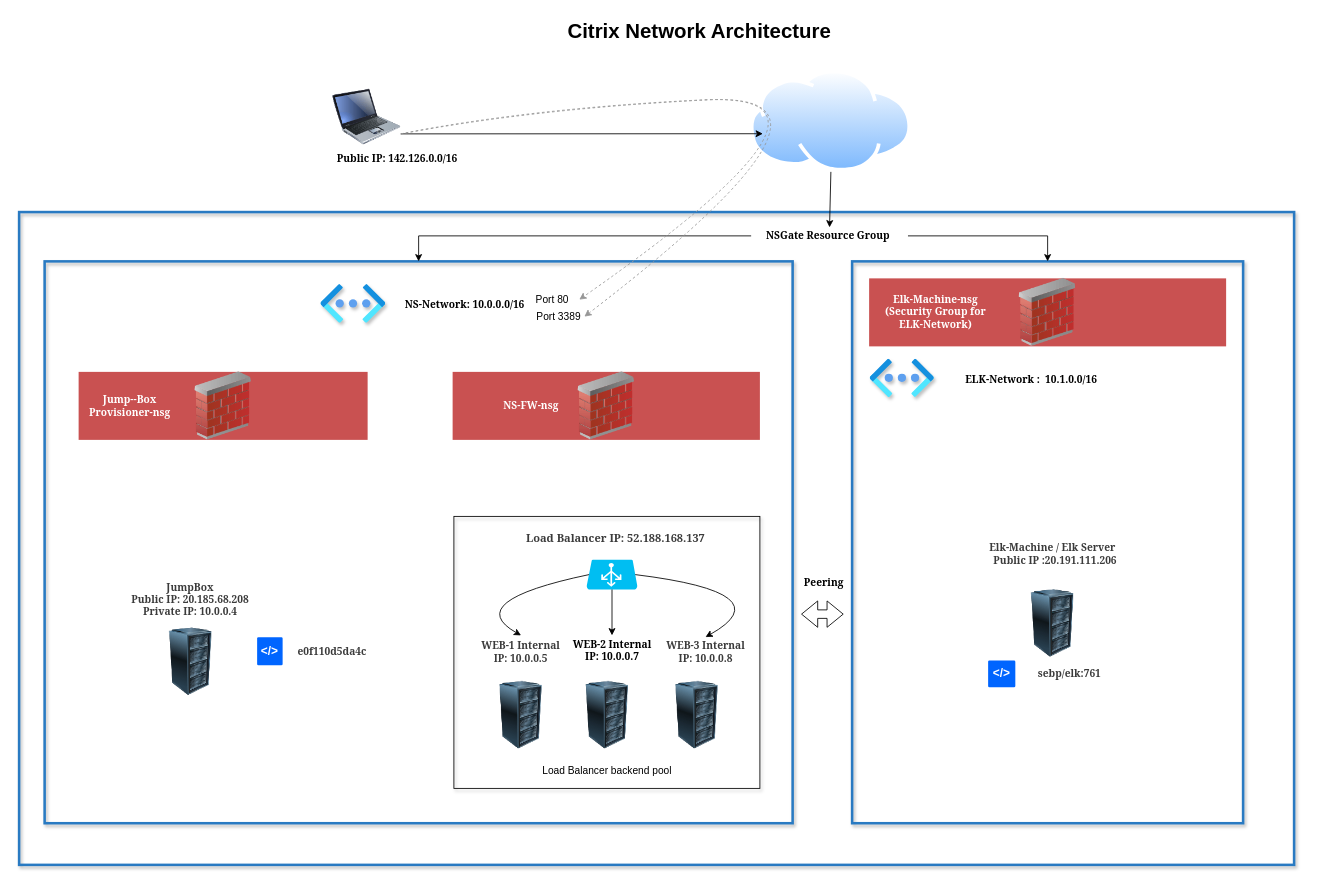
afolletet/white-candle keeps this draw.io diagram as 3. Diagrams/NA-Network.drawio. Above is the earlier version. Source tidied: cells renumbered, new cells numbered last; positions are measured from the earlier drawing's top-left corner, leaving out a move shared by most shapes. Both pictures are drawn from the tidied source at 85%, with x=0, y=0 at pixel (19, 14).
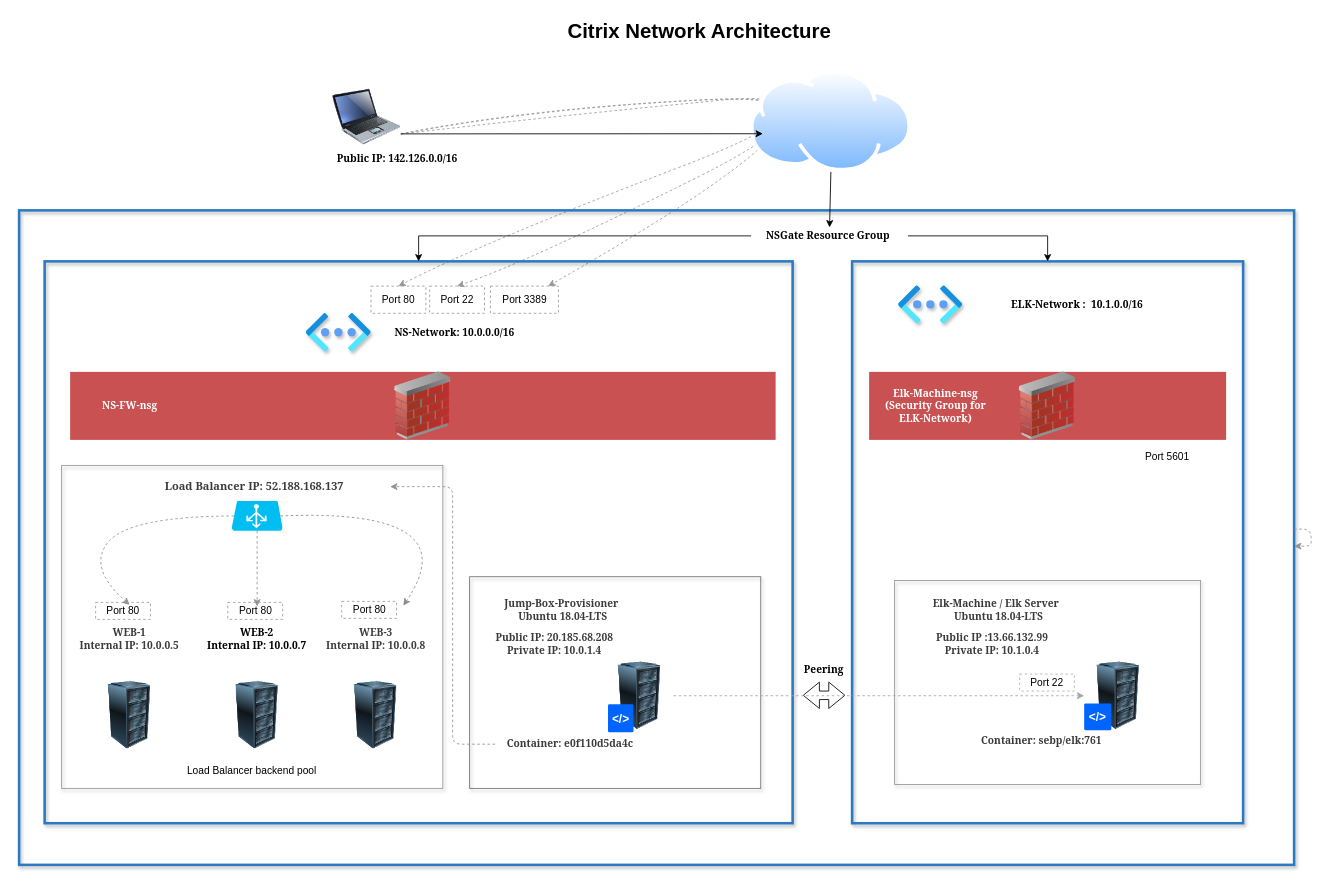
The same page after the edit.

Unchanged cells that the change refers to:
```xml
<mxCell id="12" style="image;html=1;image=img/lib/clip_art/computers/Laptop_128x128.png;" parent="1" vertex="1">
  <mxGeometry x="369" y="80" width="80" height="80" as="geometry" />
</mxCell>
```

Diff of the diagram source:
```diff
@@
+    <mxCell id="51" style="rounded=0;whiteSpace=wrap;html=1;shadow=1;fillColor=none;strokeColor=#949494;" parent="1" vertex="1">
+      <mxGeometry x="1030" y="665.5" width="360" height="240" as="geometry" />
+    </mxCell>
+    <mxCell id="52" style="curved=1;endArrow=classic;html=1;strokeColor=#969696;dashed=1;" parent="1" edge="1" target="44">
+      <mxGeometry relative="1" as="geometry">
+        <mxPoint x="450" y="140" as="sourcePoint" />
+        <Array as="points">
+          <mxPoint x="620" y="120" />
+          <mxPoint x="1040" y="80" />
+        </Array>
+      </mxGeometry>
+    </mxCell>
+    <mxCell id="45" style="curved=1;endArrow=classic;html=1;exitX=1;exitY=0.75;exitDx=0;exitDy=0;strokeColor=#969696;dashed=1;entryX=0.5;entryY=0;entryDx=0;entryDy=0;" parent="1" edge="1" source="12" target="55">
+      <mxGeometry relative="1" as="geometry">
+        <Array as="points">
+          <mxPoint x="610" y="110" />
+          <mxPoint x="1000" y="90" />
+          <mxPoint x="600" y="290" />
+        </Array>
+      </mxGeometry>
+    </mxCell>
+    <mxCell id="42" style="curved=1;endArrow=classic;html=1;exitX=1;exitY=0.75;exitDx=0;exitDy=0;dashed=1;strokeColor=#969696;entryX=0.5;entryY=0;entryDx=0;entryDy=0;" parent="1" edge="1" source="12" target="43">
+      <mxGeometry relative="1" as="geometry">
+        <Array as="points">
+          <mxPoint x="600" y="110" />
+          <mxPoint x="1010" y="90" />
+          <mxPoint x="540" y="270" />
+        </Array>
+      </mxGeometry>
+    </mxCell>
+    <mxCell id="53" style="rounded=0;whiteSpace=wrap;html=1;shadow=1;fillColor=none;strokeColor=#707070;" parent="1" vertex="1">
+      <mxGeometry x="530" y="661" width="342.5" height="249" as="geometry" />
+    </mxCell>
@@
     <mxCell id="3" style="rounded=0;whiteSpace=wrap;html=1;shadow=1;fillColor=none;strokeWidth=3;strokeColor=#297AC2;" parent="1" vertex="1">
-      <mxGeometry y="232" width="1500" height="768" as="geometry" />
+      <mxGeometry y="230" width="1500" height="770" as="geometry" />
     </mxCell>
-    <mxCell id="4" style="rounded=0;whiteSpace=wrap;html=1;shadow=1;fillColor=none;" parent="1" vertex="1">
-      <mxGeometry x="511.5" y="590" width="360" height="320" as="geometry" />
+    <mxCell id="4" style="rounded=0;whiteSpace=wrap;html=1;shadow=1;fillColor=none;strokeColor=#949494;" parent="1" vertex="1">
+      <mxGeometry x="50" y="530" width="448.5" height="380" as="geometry" />
     </mxCell>
@@
     <mxCell id="7" style="image;html=1;image=img/lib/clip_art/computers/Server_Rack_128x128.png;" parent="1" vertex="1">
-      <mxGeometry x="162" y="721" width="80" height="80" as="geometry" />
+      <mxGeometry x="690" y="761" width="80" height="80" as="geometry" />
     </mxCell>
     <mxCell id="8" style="image;html=1;image=img/lib/clip_art/networking/Firewall_02_128x128.png;imageBackground=#C95151;" parent="1" vertex="1">
-      <mxGeometry x="510" y="420" width="361.5" height="80" as="geometry" />
+      <mxGeometry x="60" y="420" width="830" height="80" as="geometry" />
     </mxCell>
@@
     <mxCell id="13" style="image;html=1;image=img/lib/clip_art/computers/Server_Rack_128x128.png;" parent="1" vertex="1">
-      <mxGeometry x="1176" y="676" width="80" height="80" as="geometry" />
+      <mxGeometry x="1253" y="761" width="80" height="80" as="geometry" />
     </mxCell>
     <mxCell id="14" style="html=1;align=center;image;fontSize=12;image=img/lib/azure2/networking/Virtual_Networks_Classic.svg;shadow=1;" parent="1" vertex="1">
-      <mxGeometry x="355" y="317.2" width="76.2" height="45.5" as="geometry" />
+      <mxGeometry x="337.8" y="351.1" width="76.2" height="45.5" as="geometry" />
     </mxCell>
     <mxCell id="15" style="html=1;align=center;image;fontSize=12;image=img/lib/azure2/networking/Virtual_Networks_Classic.svg;shadow=1;" parent="1" vertex="1">
-      <mxGeometry x="1001.2" y="405" width="75.4" height="45" as="geometry" />
+      <mxGeometry x="1034.6" y="318.6" width="75.4" height="45" as="geometry" />
     </mxCell>
     <mxCell id="16" style="shape=flexArrow;endArrow=classic;startArrow=classic;html=1;strokeColor=#000000;" parent="1" edge="1">
       <mxGeometry relative="1" as="geometry">
-        <mxPoint x="920" y="705" as="sourcePoint" />
-        <mxPoint x="970" y="705" as="targetPoint" />
+        <mxPoint x="922" y="800.5" as="sourcePoint" />
+        <mxPoint x="972" y="800.5" as="targetPoint" />
       </mxGeometry>
     </mxCell>
     <mxCell id="17" value="Peering" style="text;html=1;strokeColor=none;fillColor=none;align=center;verticalAlign=middle;whiteSpace=wrap;rounded=0;shadow=1;fontFamily=Georgia;fontStyle=1;" parent="1" vertex="1">
-      <mxGeometry x="927" y="658" width="40" height="20" as="geometry" />
+      <mxGeometry x="927" y="761" width="40" height="20" as="geometry" />
     </mxCell>
-    <mxCell id="18" value="JumpBox &lt;br&gt;Public IP: 20.185.68.208 &lt;br&gt;Private IP: 10.0.0.4" style="text;html=1;strokeColor=none;fillColor=none;align=center;verticalAlign=middle;whiteSpace=wrap;rounded=0;shadow=1;fontStyle=1;fontFamily=Georgia;fontColor=#3B3B3B;" parent="1" vertex="1">
-      <mxGeometry x="84.4" y="678" width="235.1" height="20" as="geometry" />
+    <mxCell id="18" value="Jump-Box-Provisioner&amp;nbsp;&lt;br&gt;Ubuntu 18.04-LTS" style="text;html=1;strokeColor=none;fillColor=none;align=center;verticalAlign=middle;whiteSpace=wrap;rounded=0;shadow=1;fontStyle=1;fontFamily=Georgia;fontColor=#3B3B3B;" parent="1" vertex="1">
+      <mxGeometry x="540" y="674" width="200" height="52" as="geometry" />
     </mxCell>
-    <mxCell id="19" value="WEB-1 Internal IP: 10.0.0.5" style="text;html=1;strokeColor=none;fillColor=none;align=center;verticalAlign=middle;whiteSpace=wrap;rounded=0;shadow=1;fontStyle=1;fontFamily=Georgia;fontColor=#3B3B3B;" parent="1" vertex="1">
-      <mxGeometry x="541" y="730" width="99" height="40" as="geometry" />
+    <mxCell id="19" value="WEB-1 &lt;br&gt;Internal IP: 10.0.0.5&lt;br&gt;" style="text;html=1;strokeColor=none;fillColor=none;align=center;verticalAlign=middle;whiteSpace=wrap;rounded=0;shadow=1;fontStyle=1;fontFamily=Georgia;fontColor=#3B3B3B;" parent="1" vertex="1">
+      <mxGeometry x="60" y="694" width="140" height="80" as="geometry" />
     </mxCell>
-    <mxCell id="20" value="WEB-2 Internal IP: 10.0.0.7" style="text;html=1;strokeColor=none;fillColor=none;align=center;verticalAlign=middle;whiteSpace=wrap;rounded=0;shadow=1;fontStyle=1;fontFamily=Georgia;" parent="1" vertex="1">
-      <mxGeometry x="647.5" y="730" width="100" height="36" as="geometry" />
+    <mxCell id="20" value="WEB-2 &lt;br&gt;Internal IP: 10.0.0.7" style="text;html=1;strokeColor=none;fillColor=none;align=center;verticalAlign=middle;whiteSpace=wrap;rounded=0;shadow=1;fontStyle=1;fontFamily=Georgia;" parent="1" vertex="1">
+      <mxGeometry x="210" y="696" width="140" height="76" as="geometry" />
     </mxCell>
     <mxCell id="21" style="image;html=1;image=img/lib/clip_art/computers/Server_Rack_128x128.png;" parent="1" vertex="1">
-      <mxGeometry x="757.5" y="784" width="80" height="80" as="geometry" />
+      <mxGeometry x="379.5" y="784" width="80" height="80" as="geometry" />
     </mxCell>
-    <mxCell id="22" value="WEB-3 Internal IP: 10.0.0.8" style="text;html=1;strokeColor=none;fillColor=none;align=center;verticalAlign=middle;whiteSpace=wrap;rounded=0;shadow=1;fontStyle=1;fontFamily=Georgia;fontColor=#3B3B3B;" parent="1" vertex="1">
-      <mxGeometry x="757.5" y="732" width="100" height="36" as="geometry" />
+    <mxCell id="22" value="WEB-3 &lt;br&gt;Internal IP: 10.0.0.8" style="text;html=1;strokeColor=none;fillColor=none;align=center;verticalAlign=middle;whiteSpace=wrap;rounded=0;shadow=1;fontStyle=1;fontFamily=Georgia;fontColor=#3B3B3B;" parent="1" vertex="1">
+      <mxGeometry x="354.5" y="695" width="130" height="78" as="geometry" />
     </mxCell>
-    <mxCell id="23" value="Elk-Machine / Elk Server&lt;br&gt;&amp;nbsp; Public IP :20.191.111.206" style="text;html=1;strokeColor=none;fillColor=none;align=center;verticalAlign=middle;whiteSpace=wrap;rounded=0;shadow=1;fontStyle=1;fontFamily=Georgia;fontColor=#3B3B3B;" parent="1" vertex="1">
-      <mxGeometry x="1114.2" y="623.5" width="203.5" height="20" as="geometry" />
+    <mxCell id="23" value="Elk-Machine / Elk Server&lt;br&gt;&amp;nbsp;&amp;nbsp;Ubuntu 18.04-LTS" style="text;html=1;strokeColor=none;fillColor=none;align=center;verticalAlign=middle;whiteSpace=wrap;rounded=0;shadow=1;fontStyle=1;fontFamily=Georgia;fontColor=#3B3B3B;" parent="1" vertex="1">
+      <mxGeometry x="1034.6" y="690" width="228.8" height="20" as="geometry" />
     </mxCell>
@@
     <mxCell id="25" value="&amp;lt;/&amp;gt;" style="rounded=1;arcSize=5;fillColor=#0065FF;strokeColor=none;fontColor=#ffffff;align=center;verticalAlign=middle;whiteSpace=wrap;fontSize=14;fontStyle=1;html=1;" parent="1" vertex="1">
-      <mxGeometry x="1140" y="759.5" width="32" height="31.5" as="geometry" />
+      <mxGeometry x="1253" y="810" width="32" height="31.5" as="geometry" />
     </mxCell>
     <mxCell id="26" value="&amp;lt;/&amp;gt;" style="rounded=1;arcSize=5;fillColor=#0065FF;strokeColor=none;fontColor=#ffffff;align=center;verticalAlign=middle;whiteSpace=wrap;fontSize=14;fontStyle=1;html=1;" parent="1" vertex="1">
-      <mxGeometry x="280" y="732.2" width="30" height="33" as="geometry" />
+      <mxGeometry x="692.8" y="811" width="30" height="33" as="geometry" />
     </mxCell>
-    <mxCell id="27" value="e0f110d5da4c&amp;nbsp;" style="text;html=1;strokeColor=none;fillColor=none;align=center;verticalAlign=middle;whiteSpace=wrap;rounded=0;fontStyle=1;fontFamily=Georgia;fontColor=#3B3B3B;" parent="1" vertex="1">
-      <mxGeometry x="350" y="733.8" width="40" height="30" as="geometry" />
+    <mxCell id="27" value="Container: e0f110d5da4c&amp;nbsp;" style="text;html=1;strokeColor=none;fillColor=none;align=center;verticalAlign=middle;whiteSpace=wrap;rounded=0;fontStyle=1;fontFamily=Georgia;fontColor=#3B3B3B;" parent="1" vertex="1">
+      <mxGeometry x="560" y="843" width="180" height="30" as="geometry" />
     </mxCell>
     <mxCell id="28" value="NS-Network: 10.0.0.0/16" style="text;html=1;strokeColor=none;fillColor=none;align=center;verticalAlign=middle;whiteSpace=wrap;rounded=0;fontFamily=Georgia;fontStyle=1;" parent="1" vertex="1">
-      <mxGeometry x="425" y="331.4" width="199" height="20" as="geometry" />
+      <mxGeometry x="413.2" y="363.6" width="199" height="20" as="geometry" />
     </mxCell>
     <mxCell id="29" value="ELK-Network :&amp;nbsp; 10.1.0.0/16" style="text;html=1;strokeColor=none;fillColor=none;align=center;verticalAlign=middle;whiteSpace=wrap;rounded=0;fontFamily=Georgia;fontStyle=1;" parent="1" vertex="1">
-      <mxGeometry x="1096" y="419.4" width="190" height="20" as="geometry" />
+      <mxGeometry x="1150" y="331.1" width="190" height="20" as="geometry" />
     </mxCell>
     <mxCell id="30" style="image;html=1;image=img/lib/clip_art/networking/Firewall_02_128x128.png;imageBackground=#C95151;" parent="1" vertex="1">
-      <mxGeometry x="1000" y="310" width="420" height="80" as="geometry" />
+      <mxGeometry x="1000" y="420" width="420" height="80" as="geometry" />
     </mxCell>
-    <mxCell id="31" value="sebp/elk:761" style="text;html=1;strokeColor=none;fillColor=none;align=center;verticalAlign=middle;whiteSpace=wrap;rounded=0;fontStyle=1;fontFamily=Georgia;fontColor=#3B3B3B;" parent="1" vertex="1">
-      <mxGeometry x="1216" y="765.2" width="40" height="20" as="geometry" />
+    <mxCell id="31" value="Container: sebp/elk:761" style="text;html=1;strokeColor=none;fillColor=none;align=center;verticalAlign=middle;whiteSpace=wrap;rounded=0;fontStyle=1;fontFamily=Georgia;fontColor=#3B3B3B;" parent="1" vertex="1">
+      <mxGeometry x="1121" y="844" width="164" height="20" as="geometry" />
     </mxCell>
     <mxCell id="32" style="verticalLabelPosition=bottom;html=1;verticalAlign=top;align=center;strokeColor=none;fillColor=#00BEF2;shape=mxgraph.azure.azure_load_balancer;" parent="1" vertex="1">
-      <mxGeometry x="667.5" y="641" width="60" height="35" as="geometry" />
+      <mxGeometry x="250" y="572" width="60" height="35" as="geometry" />
     </mxCell>
     <mxCell id="33" value="Load Balancer backend pool" style="text;html=1;strokeColor=none;fillColor=none;align=center;verticalAlign=middle;whiteSpace=wrap;rounded=0;shadow=1;" parent="1" vertex="1">
-      <mxGeometry x="607" y="880" width="170" height="20" as="geometry" />
+      <mxGeometry x="189.2" y="880" width="170" height="20" as="geometry" />
     </mxCell>
     <mxCell id="34" value="&lt;span style=&quot;font-size: 13px; text-align: left; background-color: rgb(255, 255, 255);&quot;&gt;Load Balancer IP: 52.188.168.137&lt;/span&gt;" style="text;html=1;strokeColor=none;fillColor=none;align=center;verticalAlign=middle;whiteSpace=wrap;rounded=0;shadow=1;fontStyle=1;fontFamily=Georgia;fontColor=#3B3B3B;" parent="1" vertex="1">
-      <mxGeometry x="541.5" y="604" width="320" height="24" as="geometry" />
+      <mxGeometry x="116.5" y="543" width="320" height="24" as="geometry" />
     </mxCell>
     <mxCell id="35" value="NS-FW-nsg" style="text;html=1;strokeColor=none;fillColor=none;align=center;verticalAlign=middle;whiteSpace=wrap;rounded=0;shadow=1;fontStyle=1;fontFamily=Georgia;fontColor=#FFFFFF;" parent="1" vertex="1">
-      <mxGeometry x="541.5" y="450" width="121" height="20" as="geometry" />
+      <mxGeometry x="69.5" y="450" width="121" height="20" as="geometry" />
     </mxCell>
@@
     <mxCell id="39" style="image;html=1;image=img/lib/clip_art/computers/Server_Rack_128x128.png;" parent="1" vertex="1">
-      <mxGeometry x="550.5" y="784" width="80" height="80" as="geometry" />
+      <mxGeometry x="90" y="784" width="80" height="80" as="geometry" />
     </mxCell>
     <mxCell id="40" style="image;html=1;image=img/lib/clip_art/computers/Server_Rack_128x128.png;" parent="1" vertex="1">
-      <mxGeometry x="652" y="784" width="80" height="80" as="geometry" />
+      <mxGeometry x="240" y="784" width="80" height="80" as="geometry" />
     </mxCell>
     <mxCell id="41" value="Elk-Machine-nsg (Security Group for ELK-Network)" style="text;html=1;strokeColor=none;fillColor=none;align=center;verticalAlign=middle;whiteSpace=wrap;rounded=0;shadow=1;fontStyle=1;fontFamily=Georgia;fontColor=#FFFFFF;" parent="1" vertex="1">
-      <mxGeometry x="1017" y="340" width="123" height="20" as="geometry" />
+      <mxGeometry x="1017" y="450" width="123" height="20" as="geometry" />
     </mxCell>
-    <mxCell id="42" style="curved=1;endArrow=classic;html=1;exitX=1;exitY=0.75;exitDx=0;exitDy=0;entryX=1;entryY=0.5;entryDx=0;entryDy=0;dashed=1;strokeColor=#969696;" parent="1" edge="1" source="12" target="43">
-      <mxGeometry relative="1" as="geometry">
-        <Array as="points">
-          <mxPoint x="600" y="110" />
-          <mxPoint x="1010" y="90" />
-        </Array>
-      </mxGeometry>
-    </mxCell>
-    <mxCell id="43" value="Port 80" style="text;html=1;strokeColor=none;fillColor=none;align=center;verticalAlign=middle;whiteSpace=wrap;rounded=0;" parent="1" vertex="1">
-      <mxGeometry x="594.5" y="325" width="64.5" height="20" as="geometry" />
+    <mxCell id="43" value="Port 80" style="text;html=1;fillColor=none;align=center;verticalAlign=middle;whiteSpace=wrap;rounded=0;strokeColor=#9C9C9C;dashed=1;" parent="1" vertex="1">
+      <mxGeometry x="414" y="319.1" width="64.5" height="32" as="geometry" />
     </mxCell>
-    <mxCell id="44" value="Port 3389" style="text;html=1;strokeColor=none;fillColor=none;align=center;verticalAlign=middle;whiteSpace=wrap;rounded=0;" parent="1" vertex="1">
-      <mxGeometry x="603.5" y="345" width="61.5" height="20" as="geometry" />
+    <mxCell id="44" value="Port 3389" style="text;html=1;fillColor=none;align=center;verticalAlign=middle;whiteSpace=wrap;rounded=0;strokeColor=#9C9C9C;dashed=1;" parent="1" vertex="1">
+      <mxGeometry x="554.5" y="319.1" width="80" height="32" as="geometry" />
     </mxCell>
-    <mxCell id="45" style="curved=1;endArrow=classic;html=1;exitX=1;exitY=0.75;exitDx=0;exitDy=0;entryX=1;entryY=0.5;entryDx=0;entryDy=0;strokeColor=#969696;dashed=1;" parent="1" edge="1" source="12" target="44">
-      <mxGeometry relative="1" as="geometry">
-        <Array as="points">
-          <mxPoint x="610" y="110" />
-          <mxPoint x="1010" y="90" />
-        </Array>
-      </mxGeometry>
-    </mxCell>
-    <mxCell id="46" style="image;html=1;image=img/lib/clip_art/networking/Firewall_02_128x128.png;imageBackground=#C95151;" parent="1" vertex="1">
-      <mxGeometry x="70" y="420" width="340" height="80" as="geometry" />
-    </mxCell>
-    <mxCell id="47" value="Jump--Box Provisioner-nsg" style="text;html=1;strokeColor=none;fillColor=none;align=center;verticalAlign=middle;whiteSpace=wrap;rounded=0;shadow=1;fontStyle=1;fontFamily=Georgia;fontColor=#FFFFFF;" parent="1" vertex="1">
-      <mxGeometry x="70" y="450" width="121" height="20" as="geometry" />
-    </mxCell>
-    <mxCell id="48" style="curved=1;endArrow=classic;html=1;exitX=0.05;exitY=0.5;exitDx=0;exitDy=0;entryX=0.5;entryY=0;entryDx=0;entryDy=0;exitPerimeter=0;" parent="1" edge="1" source="32" target="19">
-      <mxGeometry relative="1" as="geometry">
-        <Array as="points">
-          <mxPoint x="520" y="690" />
-        </Array>
-      </mxGeometry>
-    </mxCell>
-    <mxCell id="49" style="curved=1;endArrow=classic;html=1;exitX=0.955;exitY=0.5;exitDx=0;exitDy=0;entryX=0.5;entryY=0;entryDx=0;entryDy=0;exitPerimeter=0;" parent="1" edge="1" source="32" target="22">
+    <mxCell id="49" style="curved=1;endArrow=classic;html=1;exitX=0.955;exitY=0.5;exitDx=0;exitDy=0;entryX=0.75;entryY=0;entryDx=0;entryDy=0;exitPerimeter=0;dashed=1;strokeColor=#8A8A8A;" parent="1" edge="1" source="32" target="22">
       <mxGeometry relative="1" as="geometry">
         <Array as="points">
-          <mxPoint x="900" y="680" />
+          <mxPoint x="530" y="580" />
         </Array>
       </mxGeometry>
     </mxCell>
-    <mxCell id="50" style="edgeStyle=none;rounded=0;jettySize=auto;html=1;fontFamily=Georgia;fontColor=#FFFFFF;entryX=0.5;entryY=0;entryDx=0;entryDy=0;exitX=0.5;exitY=1;exitDx=0;exitDy=0;exitPerimeter=0;" parent="1" edge="1" source="32">
-      <mxGeometry relative="1" as="geometry">
-        <mxPoint x="697.5" y="730" as="targetPoint" />
-      </mxGeometry>
+    <mxCell id="50" style="edgeStyle=none;rounded=0;jettySize=auto;html=1;fontFamily=Georgia;fontColor=#FFFFFF;exitX=0.5;exitY=1;exitDx=0;exitDy=0;exitPerimeter=0;entryX=0.5;entryY=0;entryDx=0;entryDy=0;dashed=1;strokeColor=#919191;" parent="1" edge="1" source="32" target="20">
+      <mxGeometry relative="1" as="geometry" />
     </mxCell>
+    <mxCell id="48" style="curved=1;endArrow=classic;html=1;exitX=0.05;exitY=0.5;exitDx=0;exitDy=0;exitPerimeter=0;entryX=0.5;entryY=0;entryDx=0;entryDy=0;dashed=1;strokeColor=#919191;" parent="1" edge="1" source="32" target="19">
+      <mxGeometry relative="1" as="geometry">
+        <Array as="points">
+          <mxPoint x="130" y="590" />
+          <mxPoint x="80" y="650" />
+        </Array>
+      </mxGeometry>
+    </mxCell>
+    <mxCell id="54" value="Port 5601" style="text;html=1;strokeColor=none;fillColor=none;align=center;verticalAlign=middle;whiteSpace=wrap;rounded=0;" parent="1" vertex="1">
+      <mxGeometry x="1320" y="510" width="61.5" height="20" as="geometry" />
+    </mxCell>
+    <mxCell id="55" value="Port 22" style="text;html=1;fillColor=none;align=center;verticalAlign=middle;whiteSpace=wrap;rounded=0;strokeColor=#9C9C9C;dashed=1;" parent="1" vertex="1">
+      <mxGeometry x="483" y="319.1" width="64.5" height="32" as="geometry" />
+    </mxCell>
+    <mxCell id="56" style="edgeStyle=none;rounded=0;jettySize=auto;html=1;fontFamily=Georgia;fontColor=#FFFFFF;exitX=1;exitY=0.5;exitDx=0;exitDy=0;entryX=0;entryY=0.5;entryDx=0;entryDy=0;dashed=1;strokeColor=#A6A6A6;" parent="1" edge="1" source="7" target="13">
+      <mxGeometry relative="1" as="geometry" />
+    </mxCell>
+    <mxCell id="57" value="Port 22" style="text;html=1;align=center;verticalAlign=middle;whiteSpace=wrap;rounded=0;opacity=90;strokeColor=#ABABAB;dashed=1;" parent="1" vertex="1">
+      <mxGeometry x="1177" y="775.5" width="64.5" height="20" as="geometry" />
+    </mxCell>
+    <mxCell id="58" value="Public IP: 20.185.68.208 Private IP: 10.0.1.4" style="text;html=1;strokeColor=none;fillColor=none;align=center;verticalAlign=middle;whiteSpace=wrap;rounded=0;shadow=1;fontStyle=1;fontFamily=Georgia;fontColor=#3B3B3B;" parent="1" vertex="1">
+      <mxGeometry x="547.5" y="696.8" width="163.5" height="86.5" as="geometry" />
+    </mxCell>
+    <mxCell id="59" value="Port 80" style="text;html=1;fillColor=none;align=center;verticalAlign=middle;whiteSpace=wrap;rounded=0;strokeColor=#9C9C9C;dashed=1;" parent="1" vertex="1">
+      <mxGeometry x="90" y="691.2" width="64.5" height="20" as="geometry" />
+    </mxCell>
+    <mxCell id="60" value="Port 80" style="text;html=1;fillColor=none;align=center;verticalAlign=middle;whiteSpace=wrap;rounded=0;strokeColor=#9C9C9C;dashed=1;" parent="1" vertex="1">
+      <mxGeometry x="245.5" y="691.2" width="64.5" height="20" as="geometry" />
+    </mxCell>
+    <mxCell id="61" value="Port 80" style="text;html=1;fillColor=none;align=center;verticalAlign=middle;whiteSpace=wrap;rounded=0;strokeColor=#9C9C9C;dashed=1;" parent="1" vertex="1">
+      <mxGeometry x="379.5" y="690" width="64.5" height="20" as="geometry" />
+    </mxCell>
+    <mxCell id="62" style="edgeStyle=elbowEdgeStyle;elbow=horizontal;endArrow=classic;html=1;dashed=1;strokeColor=#919191;" parent="1" edge="1" source="3" target="3">
+      <mxGeometry relative="1" as="geometry">
+        <Array as="points">
+          <mxPoint x="540" y="650" />
+        </Array>
+      </mxGeometry>
+    </mxCell>
+    <mxCell id="63" style="edgeStyle=elbowEdgeStyle;elbow=horizontal;endArrow=classic;html=1;dashed=1;strokeColor=#919191;exitX=0;exitY=0.5;exitDx=0;exitDy=0;" parent="1" edge="1" source="27" target="34">
+      <mxGeometry relative="1" as="geometry">
+        <Array as="points">
+          <mxPoint x="510" y="710" />
+        </Array>
+      </mxGeometry>
+    </mxCell>
+    <mxCell id="64" value="&lt;span style=&quot;color: rgb(59 , 59 , 59) ; font-family: &amp;#34;georgia&amp;#34; ; font-weight: 700&quot;&gt;Public IP :13.66.132.99&lt;br&gt;Private IP: 10.1.0.4&lt;br&gt;&lt;/span&gt;" style="text;html=1;strokeColor=none;fillColor=none;align=center;verticalAlign=middle;whiteSpace=wrap;rounded=0;dashed=1;opacity=90;" parent="1" vertex="1">
+      <mxGeometry x="1060" y="730" width="170" height="20" as="geometry" />
+    </mxCell>
```
